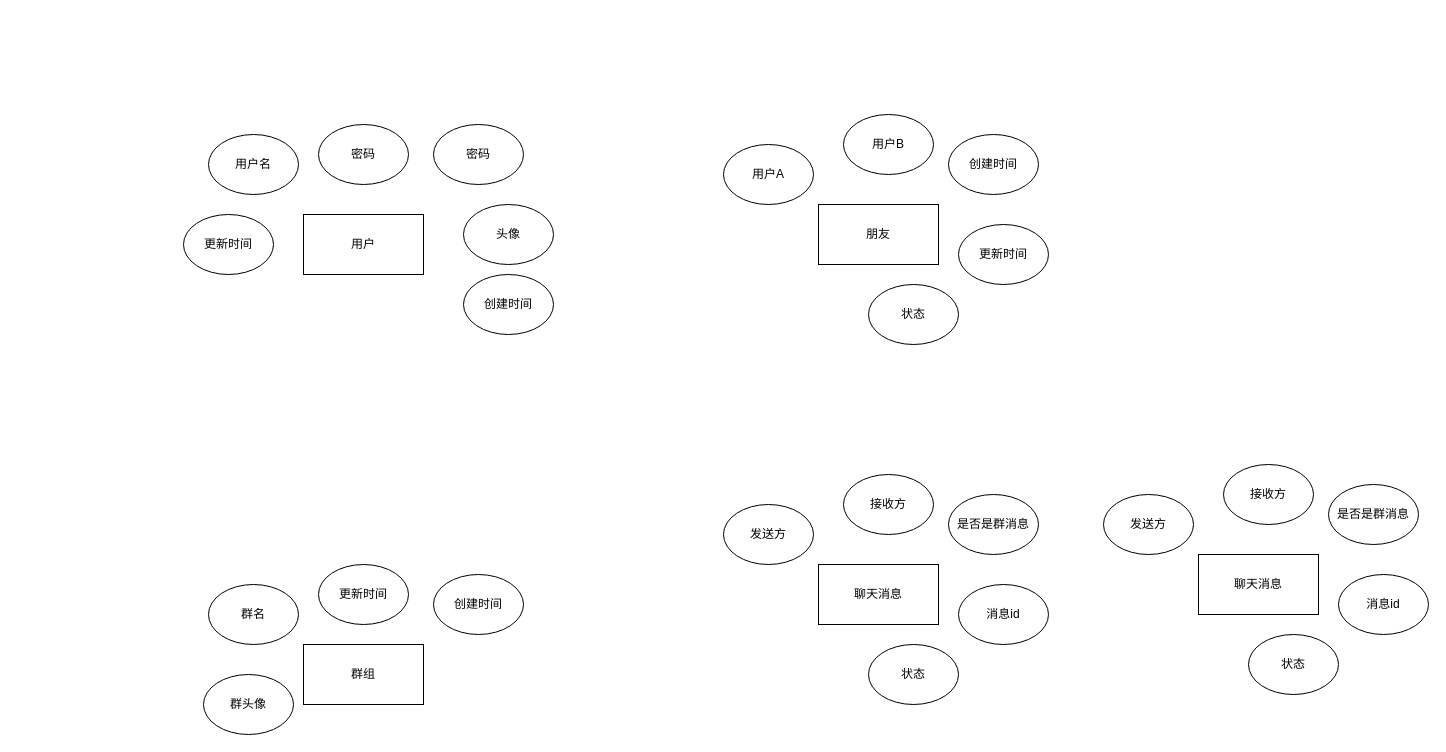
heiye9/draw.io-files keeps this draw.io diagram as Untitled Diagram.drawio. Above is the earlier version. Source tidied: cells renumbered, new cells numbered last; positions are measured from the earlier drawing's top-left corner, leaving out a move shared by most shapes. Both pictures are drawn from the tidied source at 100%, with x=0, y=0 at pixel (183, 114).
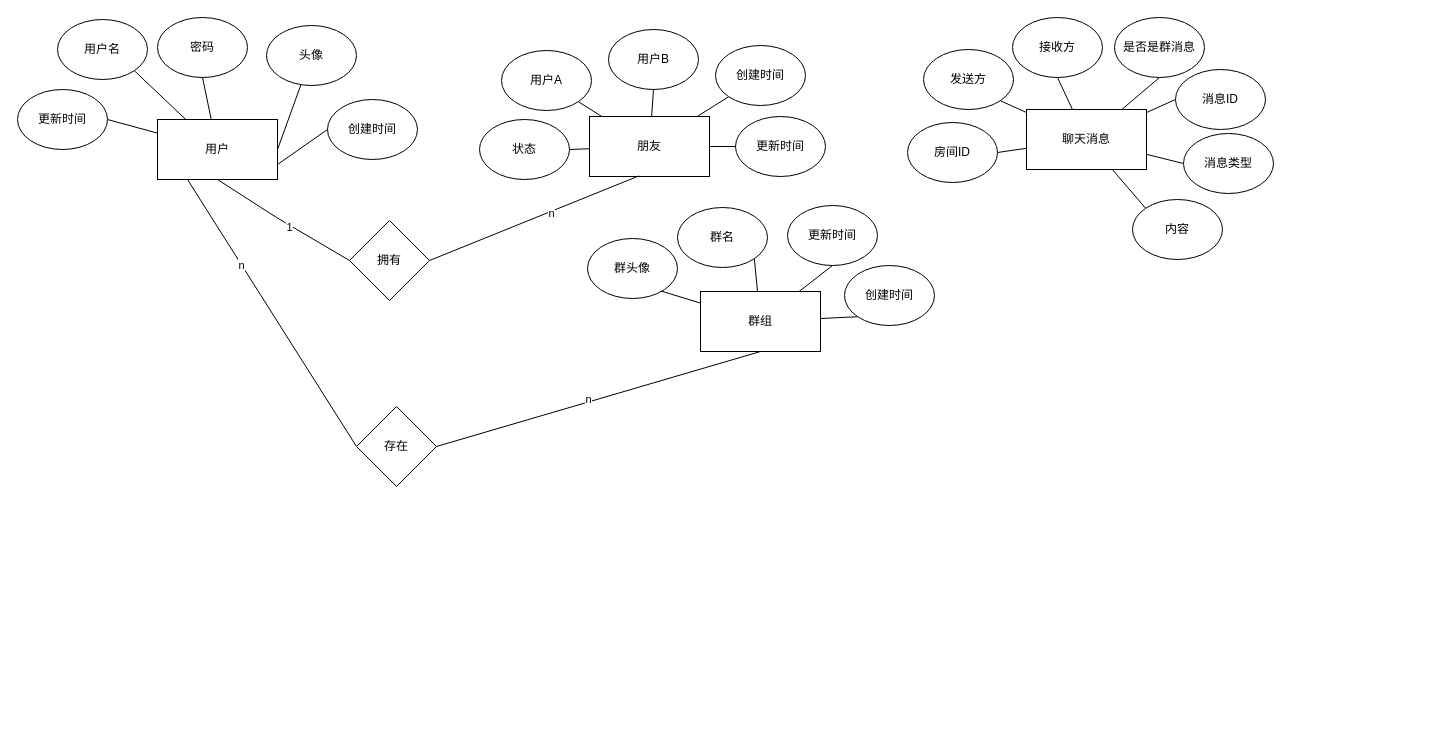
Above is the later version.

The edit, as a diff of the source:
```diff
@@
+    <mxCell id="32" style="group;" parent="1" vertex="1">
+      <mxGeometry x="-166" y="-97" width="400" height="162" as="geometry" />
+    </mxCell>
-    <mxCell id="2" value="用户" style="rounded=0;whiteSpace=wrap;html=1;" parent="1" vertex="1">
-      <mxGeometry x="120" y="100" width="120" height="60" as="geometry" />
+    <mxCell id="2" value="用户" style="rounded=0;whiteSpace=wrap;html=1;" parent="32" vertex="1">
+      <mxGeometry x="140" y="102" width="120" height="60" as="geometry" />
     </mxCell>
+    <mxCell id="33" style="jettySize=auto;html=1;exitX=1;exitY=1;exitDx=0;exitDy=0;endArrow=none;endFill=0;strokeColor=#000000;" parent="32" edge="1" source="3" target="2">
+      <mxGeometry relative="1" as="geometry" />
+    </mxCell>
-    <mxCell id="3" value="用户名" style="ellipse;whiteSpace=wrap;html=1;" parent="1" vertex="1">
-      <mxGeometry x="25" y="20" width="90" height="60" as="geometry" />
+    <mxCell id="3" value="用户名" style="ellipse;whiteSpace=wrap;html=1;" parent="32" vertex="1">
+      <mxGeometry x="40" y="2" width="90" height="60" as="geometry" />
     </mxCell>
+    <mxCell id="34" style="jettySize=auto;html=1;exitX=0.5;exitY=1;exitDx=0;exitDy=0;endArrow=none;endFill=0;strokeColor=#000000;" parent="32" edge="1" source="4" target="2">
+      <mxGeometry relative="1" as="geometry" />
+    </mxCell>
-    <mxCell id="4" value="密码" style="ellipse;whiteSpace=wrap;html=1;" parent="1" vertex="1">
-      <mxGeometry x="135" y="10" width="90" height="60" as="geometry" />
+    <mxCell id="4" value="密码" style="ellipse;whiteSpace=wrap;html=1;" parent="32" vertex="1">
+      <mxGeometry x="140" width="90" height="60" as="geometry" />
     </mxCell>
-    <mxCell id="5" value="密码" style="ellipse;whiteSpace=wrap;html=1;" parent="1" vertex="1">
-      <mxGeometry x="250" y="10" width="90" height="60" as="geometry" />
-    </mxCell>
+    <mxCell id="35" style="edgeStyle=orthogonalEdgeStyle;jettySize=auto;html=1;exitX=0;exitY=1;exitDx=0;exitDy=0;endArrow=none;endFill=0;strokeColor=none;curved=1;" parent="32" edge="1" target="2">
+      <mxGeometry relative="1" as="geometry">
+        <mxPoint x="258.2" y="3.2" as="sourcePoint" />
+      </mxGeometry>
+    </mxCell>
+    <mxCell id="36" style="jettySize=auto;html=1;exitX=0;exitY=0.5;exitDx=0;exitDy=0;entryX=1;entryY=0.75;entryDx=0;entryDy=0;endArrow=none;endFill=0;strokeColor=#000000;" parent="32" edge="1" source="8" target="2">
+      <mxGeometry relative="1" as="geometry" />
+    </mxCell>
+    <mxCell id="8" value="创建时间" style="ellipse;whiteSpace=wrap;html=1;" parent="32" vertex="1">
+      <mxGeometry x="310" y="82" width="90" height="60" as="geometry" />
+    </mxCell>
+    <mxCell id="37" style="jettySize=auto;html=1;exitX=1;exitY=0.5;exitDx=0;exitDy=0;endArrow=none;endFill=0;strokeColor=#000000;" parent="32" edge="1" source="9" target="2">
+      <mxGeometry relative="1" as="geometry" />
+    </mxCell>
+    <mxCell id="9" value="更新时间" style="ellipse;whiteSpace=wrap;html=1;" parent="32" vertex="1">
+      <mxGeometry y="72" width="90" height="60" as="geometry" />
+    </mxCell>
+    <mxCell id="38" style="jettySize=auto;html=1;entryX=1;entryY=0.5;entryDx=0;entryDy=0;endArrow=none;endFill=0;strokeColor=#000000;" parent="32" edge="1" source="13" target="2">
+      <mxGeometry relative="1" as="geometry" />
+    </mxCell>
+    <mxCell id="13" value="头像" style="ellipse;whiteSpace=wrap;html=1;" parent="32" vertex="1">
+      <mxGeometry x="249" y="8" width="90" height="60" as="geometry" />
+    </mxCell>
+    <mxCell id="39" style="group;" parent="1" vertex="1">
+      <mxGeometry x="404" y="91" width="347" height="146" as="geometry" />
+    </mxCell>
-    <mxCell id="6" value="群组" style="rounded=0;whiteSpace=wrap;html=1;" parent="1" vertex="1">
-      <mxGeometry x="120" y="530" width="120" height="60" as="geometry" />
+    <mxCell id="6" value="群组" style="rounded=0;whiteSpace=wrap;html=1;" parent="39" vertex="1">
+      <mxGeometry x="113" y="86" width="120" height="60" as="geometry" />
     </mxCell>
+    <mxCell id="40" style="edgeStyle=none;jettySize=auto;html=1;exitX=1;exitY=1;exitDx=0;exitDy=0;endArrow=none;endFill=0;strokeColor=#000000;" parent="39" edge="1" source="7" target="6">
+      <mxGeometry relative="1" as="geometry" />
+    </mxCell>
-    <mxCell id="7" value="群名" style="ellipse;whiteSpace=wrap;html=1;" parent="1" vertex="1">
-      <mxGeometry x="25" y="470" width="90" height="60" as="geometry" />
+    <mxCell id="7" value="群名" style="ellipse;whiteSpace=wrap;html=1;" parent="39" vertex="1">
+      <mxGeometry x="90" y="2" width="90" height="60" as="geometry" />
     </mxCell>
-    <mxCell id="8" value="创建时间" style="ellipse;whiteSpace=wrap;html=1;" parent="1" vertex="1">
-      <mxGeometry x="280" y="160" width="90" height="60" as="geometry" />
-    </mxCell>
-    <mxCell id="9" value="更新时间" style="ellipse;whiteSpace=wrap;html=1;" parent="1" vertex="1">
-      <mxGeometry y="100" width="90" height="60" as="geometry" />
-    </mxCell>
+    <mxCell id="41" style="edgeStyle=none;jettySize=auto;html=1;exitX=0;exitY=1;exitDx=0;exitDy=0;endArrow=none;endFill=0;strokeColor=#000000;" parent="39" edge="1" source="10" target="6">
+      <mxGeometry relative="1" as="geometry" />
+    </mxCell>
-    <mxCell id="10" value="创建时间" style="ellipse;whiteSpace=wrap;html=1;" parent="1" vertex="1">
-      <mxGeometry x="250" y="460" width="90" height="60" as="geometry" />
+    <mxCell id="10" value="创建时间" style="ellipse;whiteSpace=wrap;html=1;" parent="39" vertex="1">
+      <mxGeometry x="257" y="60" width="90" height="60" as="geometry" />
     </mxCell>
+    <mxCell id="42" style="edgeStyle=none;jettySize=auto;html=1;exitX=0.5;exitY=1;exitDx=0;exitDy=0;endArrow=none;endFill=0;strokeColor=#000000;" parent="39" edge="1" source="11" target="6">
+      <mxGeometry relative="1" as="geometry" />
+    </mxCell>
-    <mxCell id="11" value="更新时间" style="ellipse;whiteSpace=wrap;html=1;" parent="1" vertex="1">
-      <mxGeometry x="135" y="450" width="90" height="60" as="geometry" />
+    <mxCell id="11" value="更新时间" style="ellipse;whiteSpace=wrap;html=1;" parent="39" vertex="1">
+      <mxGeometry x="200" width="90" height="60" as="geometry" />
     </mxCell>
+    <mxCell id="43" style="edgeStyle=none;jettySize=auto;html=1;exitX=0;exitY=0.5;exitDx=0;exitDy=0;endArrow=none;endFill=0;strokeColor=#000000;" parent="39" edge="1" source="12" target="6">
+      <mxGeometry relative="1" as="geometry" />
+    </mxCell>
-    <mxCell id="12" value="群头像" style="ellipse;whiteSpace=wrap;html=1;" parent="1" vertex="1">
-      <mxGeometry x="20" y="560" width="90" height="60" as="geometry" />
+    <mxCell id="12" value="群头像" style="ellipse;whiteSpace=wrap;html=1;" parent="39" vertex="1">
+      <mxGeometry y="33" width="90" height="60" as="geometry" />
     </mxCell>
-    <mxCell id="13" value="头像" style="ellipse;whiteSpace=wrap;html=1;" parent="1" vertex="1">
-      <mxGeometry x="280" y="90" width="90" height="60" as="geometry" />
-    </mxCell>
+    <mxCell id="44" style="group;" parent="1" vertex="1">
+      <mxGeometry x="724" y="-97" width="366" height="242" as="geometry" />
+    </mxCell>
+    <mxCell id="20" value="聊天消息" style="rounded=0;whiteSpace=wrap;html=1;" parent="44" vertex="1">
+      <mxGeometry x="119" y="92" width="120" height="60" as="geometry" />
+    </mxCell>
+    <mxCell id="45" style="edgeStyle=none;jettySize=auto;html=1;exitX=1;exitY=1;exitDx=0;exitDy=0;endArrow=none;endFill=0;strokeColor=#000000;" parent="44" edge="1" source="21" target="20">
+      <mxGeometry relative="1" as="geometry" />
+    </mxCell>
+    <mxCell id="21" value="发送方" style="ellipse;whiteSpace=wrap;html=1;" parent="44" vertex="1">
+      <mxGeometry x="16" y="32" width="90" height="60" as="geometry" />
+    </mxCell>
+    <mxCell id="46" style="edgeStyle=none;jettySize=auto;html=1;exitX=0.5;exitY=1;exitDx=0;exitDy=0;endArrow=none;endFill=0;strokeColor=#000000;" parent="44" edge="1" source="22" target="20">
+      <mxGeometry relative="1" as="geometry" />
+    </mxCell>
+    <mxCell id="22" value="接收方" style="ellipse;whiteSpace=wrap;html=1;" parent="44" vertex="1">
+      <mxGeometry x="105" width="90" height="60" as="geometry" />
+    </mxCell>
+    <mxCell id="47" style="edgeStyle=none;jettySize=auto;html=1;exitX=0.5;exitY=1;exitDx=0;exitDy=0;endArrow=none;endFill=0;strokeColor=#000000;" parent="44" edge="1" source="23" target="20">
+      <mxGeometry relative="1" as="geometry" />
+    </mxCell>
+    <mxCell id="23" value="是否是群消息" style="ellipse;whiteSpace=wrap;html=1;" parent="44" vertex="1">
+      <mxGeometry x="207" width="90" height="60" as="geometry" />
+    </mxCell>
+    <mxCell id="48" style="edgeStyle=none;jettySize=auto;html=1;exitX=0;exitY=0.5;exitDx=0;exitDy=0;endArrow=none;endFill=0;strokeColor=#000000;" parent="44" edge="1" source="24" target="20">
+      <mxGeometry relative="1" as="geometry" />
+    </mxCell>
+    <mxCell id="24" value="消息ID" style="ellipse;whiteSpace=wrap;html=1;" parent="44" vertex="1">
+      <mxGeometry x="268" y="52" width="90" height="60" as="geometry" />
+    </mxCell>
+    <mxCell id="49" style="edgeStyle=none;jettySize=auto;html=1;exitX=1;exitY=0.5;exitDx=0;exitDy=0;endArrow=none;endFill=0;strokeColor=#000000;" parent="44" edge="1" source="50" target="20">
+      <mxGeometry relative="1" as="geometry" />
+    </mxCell>
+    <mxCell id="50" value="房间ID" style="ellipse;whiteSpace=wrap;html=1;" parent="44" vertex="1">
+      <mxGeometry y="105" width="90" height="60" as="geometry" />
+    </mxCell>
+    <mxCell id="51" style="edgeStyle=none;jettySize=auto;html=1;exitX=0;exitY=0.5;exitDx=0;exitDy=0;endArrow=none;endFill=0;strokeColor=#000000;" parent="44" edge="1" source="52" target="20">
+      <mxGeometry relative="1" as="geometry" />
+    </mxCell>
+    <mxCell id="52" value="消息类型" style="ellipse;whiteSpace=wrap;html=1;" parent="44" vertex="1">
+      <mxGeometry x="276" y="116" width="90" height="60" as="geometry" />
+    </mxCell>
+    <mxCell id="53" style="edgeStyle=none;jettySize=auto;html=1;exitX=0;exitY=0;exitDx=0;exitDy=0;endArrow=none;endFill=0;strokeColor=#000000;" parent="44" edge="1" source="54" target="20">
+      <mxGeometry relative="1" as="geometry" />
+    </mxCell>
+    <mxCell id="54" value="内容" style="ellipse;whiteSpace=wrap;html=1;" parent="44" vertex="1">
+      <mxGeometry x="225" y="182" width="90" height="60" as="geometry" />
+    </mxCell>
+    <mxCell id="55" style="group;" parent="1" vertex="1">
+      <mxGeometry x="296" y="-85" width="346" height="150" as="geometry" />
+    </mxCell>
-    <mxCell id="14" value="朋友" style="rounded=0;whiteSpace=wrap;html=1;" parent="1" vertex="1">
-      <mxGeometry x="635" y="90" width="120" height="60" as="geometry" />
+    <mxCell id="14" value="朋友" style="rounded=0;whiteSpace=wrap;html=1;" parent="55" vertex="1">
+      <mxGeometry x="110" y="87" width="120" height="60" as="geometry" />
     </mxCell>
+    <mxCell id="56" style="edgeStyle=none;jettySize=auto;html=1;exitX=1;exitY=1;exitDx=0;exitDy=0;endArrow=none;endFill=0;strokeColor=#000000;" parent="55" edge="1" source="15" target="14">
+      <mxGeometry relative="1" as="geometry" />
+    </mxCell>
-    <mxCell id="15" value="用户A" style="ellipse;whiteSpace=wrap;html=1;" parent="1" vertex="1">
-      <mxGeometry x="540" y="30" width="90" height="60" as="geometry" />
+    <mxCell id="15" value="用户A" style="ellipse;whiteSpace=wrap;html=1;" parent="55" vertex="1">
+      <mxGeometry x="22" y="21" width="90" height="60" as="geometry" />
     </mxCell>
+    <mxCell id="57" style="edgeStyle=none;jettySize=auto;html=1;exitX=0.5;exitY=1;exitDx=0;exitDy=0;endArrow=none;endFill=0;strokeColor=#000000;" parent="55" edge="1" source="16" target="14">
+      <mxGeometry relative="1" as="geometry" />
+    </mxCell>
-    <mxCell id="16" value="用户B" style="ellipse;whiteSpace=wrap;html=1;" parent="1" vertex="1">
-      <mxGeometry x="660" width="90" height="60" as="geometry" />
+    <mxCell id="16" value="用户B" style="ellipse;whiteSpace=wrap;html=1;" parent="55" vertex="1">
+      <mxGeometry x="129" width="90" height="60" as="geometry" />
     </mxCell>
+    <mxCell id="58" style="edgeStyle=none;jettySize=auto;html=1;exitX=0;exitY=1;exitDx=0;exitDy=0;endArrow=none;endFill=0;strokeColor=#000000;" parent="55" edge="1" source="17" target="14">
+      <mxGeometry relative="1" as="geometry" />
+    </mxCell>
-    <mxCell id="17" value="创建时间" style="ellipse;whiteSpace=wrap;html=1;" parent="1" vertex="1">
-      <mxGeometry x="765" y="20" width="90" height="60" as="geometry" />
+    <mxCell id="17" value="创建时间" style="ellipse;whiteSpace=wrap;html=1;" parent="55" vertex="1">
+      <mxGeometry x="236" y="16" width="90" height="60" as="geometry" />
     </mxCell>
+    <mxCell id="59" style="edgeStyle=none;jettySize=auto;html=1;exitX=0;exitY=0.5;exitDx=0;exitDy=0;endArrow=none;endFill=0;strokeColor=#000000;" parent="55" edge="1" source="18" target="14">
+      <mxGeometry relative="1" as="geometry" />
+    </mxCell>
-    <mxCell id="18" value="更新时间" style="ellipse;whiteSpace=wrap;html=1;" parent="1" vertex="1">
-      <mxGeometry x="775" y="110" width="90" height="60" as="geometry" />
+    <mxCell id="18" value="更新时间" style="ellipse;whiteSpace=wrap;html=1;" parent="55" vertex="1">
+      <mxGeometry x="256" y="87" width="90" height="60" as="geometry" />
     </mxCell>
+    <mxCell id="60" style="edgeStyle=none;jettySize=auto;html=1;exitX=1;exitY=0.5;exitDx=0;exitDy=0;endArrow=none;endFill=0;strokeColor=#000000;" parent="55" edge="1" source="19" target="14">
+      <mxGeometry relative="1" as="geometry" />
+    </mxCell>
-    <mxCell id="19" value="状态" style="ellipse;whiteSpace=wrap;html=1;" parent="1" vertex="1">
-      <mxGeometry x="685" y="170" width="90" height="60" as="geometry" />
+    <mxCell id="19" value="状态" style="ellipse;whiteSpace=wrap;html=1;" parent="55" vertex="1">
+      <mxGeometry y="90" width="90" height="60" as="geometry" />
     </mxCell>
-    <mxCell id="20" value="聊天消息" style="rounded=0;whiteSpace=wrap;html=1;" parent="1" vertex="1">
-      <mxGeometry x="635" y="450" width="120" height="60" as="geometry" />
-    </mxCell>
-    <mxCell id="21" value="发送方" style="ellipse;whiteSpace=wrap;html=1;" parent="1" vertex="1">
-      <mxGeometry x="540" y="390" width="90" height="60" as="geometry" />
-    </mxCell>
-    <mxCell id="22" value="接收方" style="ellipse;whiteSpace=wrap;html=1;" parent="1" vertex="1">
-      <mxGeometry x="660" y="360" width="90" height="60" as="geometry" />
-    </mxCell>
-    <mxCell id="23" value="是否是群消息" style="ellipse;whiteSpace=wrap;html=1;" parent="1" vertex="1">
-      <mxGeometry x="765" y="380" width="90" height="60" as="geometry" />
-    </mxCell>
-    <mxCell id="24" value="消息id" style="ellipse;whiteSpace=wrap;html=1;" parent="1" vertex="1">
-      <mxGeometry x="775" y="470" width="90" height="60" as="geometry" />
-    </mxCell>
-    <mxCell id="25" value="状态" style="ellipse;whiteSpace=wrap;html=1;" parent="1" vertex="1">
-      <mxGeometry x="685" y="530" width="90" height="60" as="geometry" />
-    </mxCell>
-    <mxCell id="26" value="聊天消息" style="rounded=0;whiteSpace=wrap;html=1;" parent="1" vertex="1">
-      <mxGeometry x="1015" y="440" width="120" height="60" as="geometry" />
-    </mxCell>
-    <mxCell id="27" value="发送方" style="ellipse;whiteSpace=wrap;html=1;" parent="1" vertex="1">
-      <mxGeometry x="920" y="380" width="90" height="60" as="geometry" />
-    </mxCell>
-    <mxCell id="28" value="接收方" style="ellipse;whiteSpace=wrap;html=1;" parent="1" vertex="1">
-      <mxGeometry x="1040" y="350" width="90" height="60" as="geometry" />
-    </mxCell>
-    <mxCell id="29" value="是否是群消息" style="ellipse;whiteSpace=wrap;html=1;" parent="1" vertex="1">
-      <mxGeometry x="1145" y="370" width="90" height="60" as="geometry" />
-    </mxCell>
-    <mxCell id="30" value="消息id" style="ellipse;whiteSpace=wrap;html=1;" parent="1" vertex="1">
-      <mxGeometry x="1155" y="460" width="90" height="60" as="geometry" />
-    </mxCell>
-    <mxCell id="31" value="状态" style="ellipse;whiteSpace=wrap;html=1;" parent="1" vertex="1">
-      <mxGeometry x="1065" y="520" width="90" height="60" as="geometry" />
-    </mxCell>
+    <mxCell id="61" style="edgeStyle=none;jettySize=auto;html=1;exitX=0.5;exitY=1;exitDx=0;exitDy=0;endArrow=none;endFill=0;strokeColor=#000000;entryX=0;entryY=0.5;entryDx=0;entryDy=0;" parent="1" edge="1" source="2" target="65">
+      <mxGeometry relative="1" as="geometry">
+        <Array as="points">
+          <mxPoint x="93" y="103" />
+        </Array>
+      </mxGeometry>
+    </mxCell>
+    <mxCell id="62" value="1" style="edgeLabel;html=1;align=center;verticalAlign=middle;" parent="61" vertex="1">
+      <mxGeometry x="0.11" y="-3" relative="1" as="geometry">
+        <mxPoint y="-1" as="offset" />
+      </mxGeometry>
+    </mxCell>
+    <mxCell id="63" style="edgeStyle=none;jettySize=auto;html=1;exitX=1;exitY=0.5;exitDx=0;exitDy=0;entryX=0.412;entryY=0.99;entryDx=0;entryDy=0;entryPerimeter=0;endArrow=none;endFill=0;strokeColor=#000000;" parent="1" edge="1" source="65" target="14">
+      <mxGeometry relative="1" as="geometry" />
+    </mxCell>
+    <mxCell id="64" value="n" style="edgeLabel;html=1;align=center;verticalAlign=middle;" parent="63" vertex="1">
+      <mxGeometry x="0.15" y="-1" relative="1" as="geometry">
+        <mxPoint x="1" as="offset" />
+      </mxGeometry>
+    </mxCell>
+    <mxCell id="65" value="拥有" style="rhombus;whiteSpace=wrap;html=1;" parent="1" vertex="1">
+      <mxGeometry x="166" y="106" width="80" height="80" as="geometry" />
+    </mxCell>
+    <mxCell id="66" style="edgeStyle=none;jettySize=auto;html=1;exitX=0.25;exitY=1;exitDx=0;exitDy=0;endArrow=none;endFill=0;strokeColor=#000000;entryX=0;entryY=0.5;entryDx=0;entryDy=0;" parent="1" edge="1" source="2" target="70">
+      <mxGeometry relative="1" as="geometry" />
+    </mxCell>
+    <mxCell id="67" value="n" style="edgeLabel;html=1;align=center;verticalAlign=middle;" parent="66" vertex="1">
+      <mxGeometry x="-0.36" relative="1" as="geometry">
+        <mxPoint x="-1" as="offset" />
+      </mxGeometry>
+    </mxCell>
+    <mxCell id="68" style="edgeStyle=none;jettySize=auto;html=1;exitX=1;exitY=0.5;exitDx=0;exitDy=0;entryX=0.5;entryY=1;entryDx=0;entryDy=0;endArrow=none;endFill=0;strokeColor=#000000;" parent="1" edge="1" source="70" target="6">
+      <mxGeometry relative="1" as="geometry" />
+    </mxCell>
+    <mxCell id="69" value="n" style="edgeLabel;html=1;align=center;verticalAlign=middle;" parent="68" vertex="1">
+      <mxGeometry x="-0.06" y="3" relative="1" as="geometry" />
+    </mxCell>
+    <mxCell id="70" value="存在" style="rhombus;whiteSpace=wrap;html=1;" parent="1" vertex="1">
+      <mxGeometry x="173" y="292" width="80" height="80" as="geometry" />
+    </mxCell>
```
